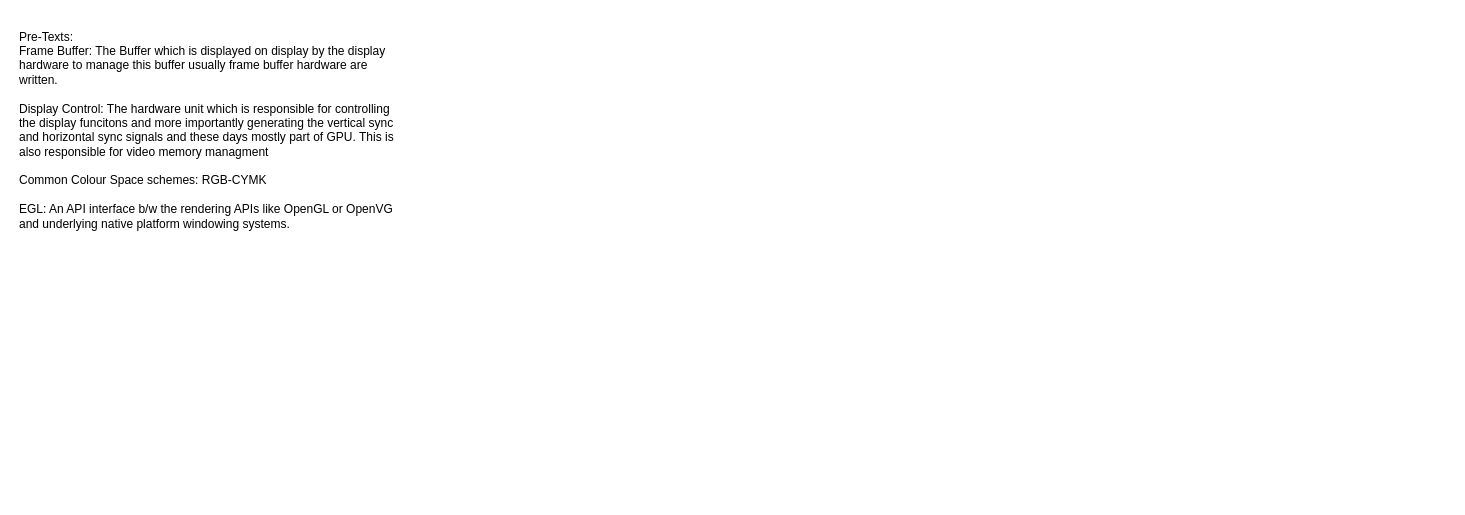
This is Untitled Diagram.drawio from wire-mistry/AOSP_Gaphics, a draw.io file, before an edit. Source tidied: cells renumbered, new cells numbered last; positions are measured from the earlier drawing's top-left corner, leaving out a move shared by most shapes. Both pictures are drawn from the tidied source at 100%, with x=0, y=0 at pixel (17, 17).
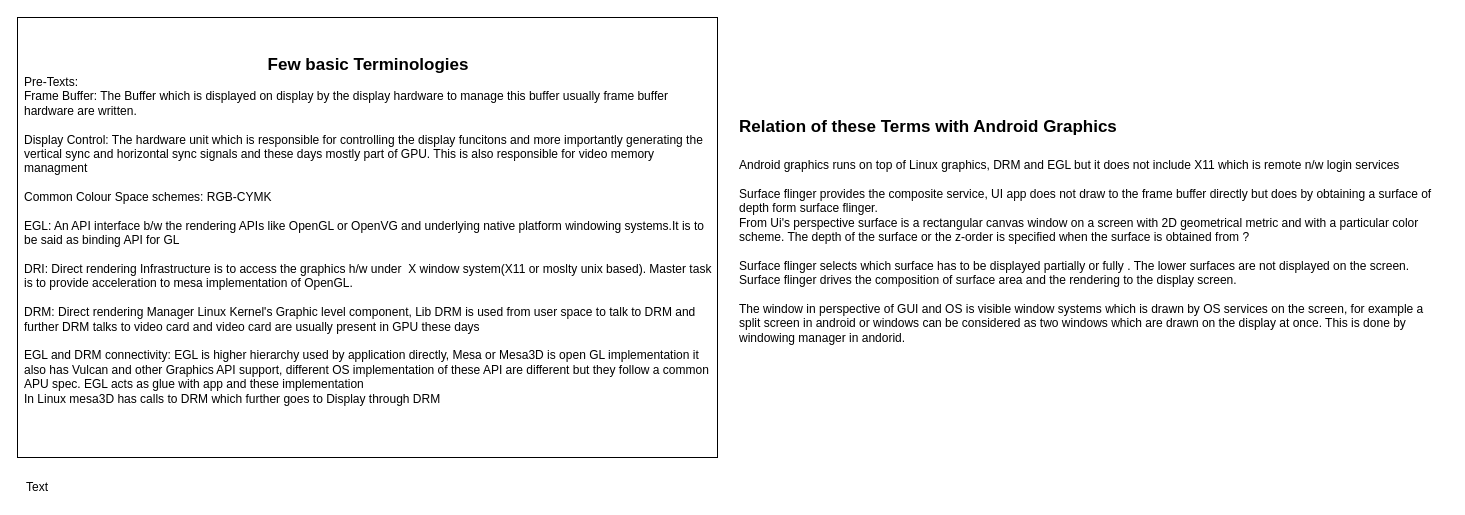
The same diagram, later.

Diff of the diagram source:
```diff
@@
 <mxGraphModel>
   <root>
     <mxCell id="0" />
     <mxCell id="1" parent="0" />
-    <mxCell id="2" value="Pre-Texts:&amp;nbsp;&lt;br&gt;Frame Buffer: The Buffer which is displayed on display by the display hardware to manage this buffer usually frame buffer hardware are written.&lt;br&gt;&lt;br&gt;Display Control: The hardware unit which is responsible for controlling the display funcitons and more importantly generating the vertical sync and horizontal sync signals and these days mostly part of GPU. This is also responsible for video memory managment&lt;br&gt;&lt;br&gt;Common Colour Space schemes: RGB-CYMK&lt;br&gt;&lt;br&gt;EGL: An API interface b/w the rendering APIs like OpenGL or OpenVG and underlying native platform windowing systems.&lt;br&gt;&lt;br&gt;" style="text;html=1;strokeColor=none;fillColor=none;align=left;verticalAlign=middle;whiteSpace=wrap;rounded=0;" parent="1" vertex="1">
-      <mxGeometry width="380" height="240" as="geometry" />
+    <mxCell id="2" value="&lt;div style=&quot;text-align: center&quot;&gt;&lt;font style=&quot;font-size: 17px&quot;&gt;&lt;b&gt;Few basic Terminologies&lt;/b&gt;&lt;/font&gt;&lt;/div&gt;Pre-Texts:&amp;nbsp;&lt;br&gt;Frame Buffer: The Buffer which is displayed on display by the display hardware to manage this buffer usually frame buffer hardware are written.&lt;br&gt;&lt;br&gt;Display Control: The hardware unit which is responsible for controlling the display funcitons and more importantly generating the vertical sync and horizontal sync signals and these days mostly part of GPU. This is also responsible for video memory managment&lt;br&gt;&lt;br&gt;Common Colour Space schemes: RGB-CYMK&lt;br&gt;&lt;br&gt;EGL: An API interface b/w the rendering APIs like OpenGL or OpenVG and underlying native platform windowing systems.It is to be said as binding API for GL&lt;br&gt;&lt;br&gt;DRI: Direct rendering Infrastructure&amp;nbsp;is to access the graphics h/w under&amp;nbsp; X window system(X11 or moslty unix based). Master task is to provide acceleration to mesa implementation of OpenGL.&lt;br&gt;&lt;br&gt;DRM: Direct rendering Manager Linux Kernel's Graphic level component, Lib DRM is used from user space to talk to DRM and further DRM talks to video card and video card are usually present in GPU these days&lt;br&gt;&lt;br&gt;EGL and DRM connectivity: EGL is higher hierarchy used by application directly, Mesa or Mesa3D is open GL implementation it also has Vulcan and other Graphics API support, different OS implementation of these API are different but they follow a common APU spec. EGL acts as glue with app and these implementation&lt;br&gt;In Linux mesa3D has calls to DRM which further goes to Display through DRM&lt;br&gt;&lt;br&gt;" style="text;html=1;strokeColor=#000000;fillColor=none;align=left;verticalAlign=middle;whiteSpace=wrap;rounded=0;strokeWidth=1;spacingLeft=5;spacingBottom=0;spacingRight=5;" parent="1" vertex="1">
+      <mxGeometry width="700" height="440" as="geometry" />
     </mxCell>
+    <mxCell id="3" value="Text" style="text;html=1;strokeColor=none;fillColor=none;align=center;verticalAlign=middle;whiteSpace=wrap;rounded=0;" parent="1" vertex="1">
+      <mxGeometry y="460" width="40" height="20" as="geometry" />
+    </mxCell>
+    <mxCell id="4" value="&lt;div&gt;&lt;b style=&quot;font-size: 17px&quot;&gt;Relation of these Terms with Android Graphics&lt;/b&gt;&lt;/div&gt;&lt;div&gt;&lt;b style=&quot;font-size: 17px&quot;&gt;&lt;br&gt;&lt;/b&gt;&lt;/div&gt;&lt;div&gt;&lt;font style=&quot;font-size: 12px&quot;&gt;Android graphics runs on top of Linux&amp;nbsp;graphics, DRM and EGL but it does not include X11 which is remote n/w login services&lt;/font&gt;&lt;/div&gt;&lt;div&gt;&lt;font style=&quot;font-size: 12px&quot;&gt;&lt;br&gt;&lt;/font&gt;&lt;/div&gt;&lt;div&gt;&lt;font style=&quot;font-size: 12px&quot;&gt;Surface flinger provides the composite service, UI app does not draw to the frame buffer directly but does by obtaining a surface of depth form surface flinger.&lt;/font&gt;&lt;/div&gt;&lt;div&gt;&lt;font style=&quot;font-size: 12px&quot;&gt;From Ui's perspective surface is a rectangular canvas window on a screen with 2D geometrical metric and with a particular color scheme. The depth of the surface or the z-order is specified when the surface is obtained from ?&lt;/font&gt;&lt;/div&gt;&lt;div&gt;&lt;font style=&quot;font-size: 12px&quot;&gt;&lt;br&gt;&lt;/font&gt;&lt;/div&gt;&lt;div&gt;&lt;font style=&quot;font-size: 12px&quot;&gt;Surface flinger selects which surface has to be displayed partially or fully . The lower surfaces are not displayed on the screen. Surface flinger drives the composition of surface area and the rendering to the display screen.&lt;/font&gt;&lt;/div&gt;&lt;div&gt;&lt;font style=&quot;font-size: 12px&quot;&gt;&lt;br&gt;&lt;/font&gt;&lt;/div&gt;&lt;div&gt;&lt;font style=&quot;font-size: 12px&quot;&gt;The window in perspective of GUI and OS is visible window systems which is drawn by OS services on the screen, for example a split screen in android or windows can be considered as two windows which are drawn on the display at once. This is done by windowing manager in andorid.&lt;/font&gt;&lt;/div&gt;&lt;div&gt;&lt;font style=&quot;font-size: 12px&quot;&gt;&lt;br&gt;&lt;/font&gt;&lt;/div&gt;" style="text;html=1;strokeColor=none;fillColor=none;align=left;verticalAlign=middle;whiteSpace=wrap;rounded=0;" parent="1" vertex="1">
+      <mxGeometry x="720" y="1" width="710" height="440" as="geometry" />
+    </mxCell>
   </root>
 </mxGraphModel>
```
